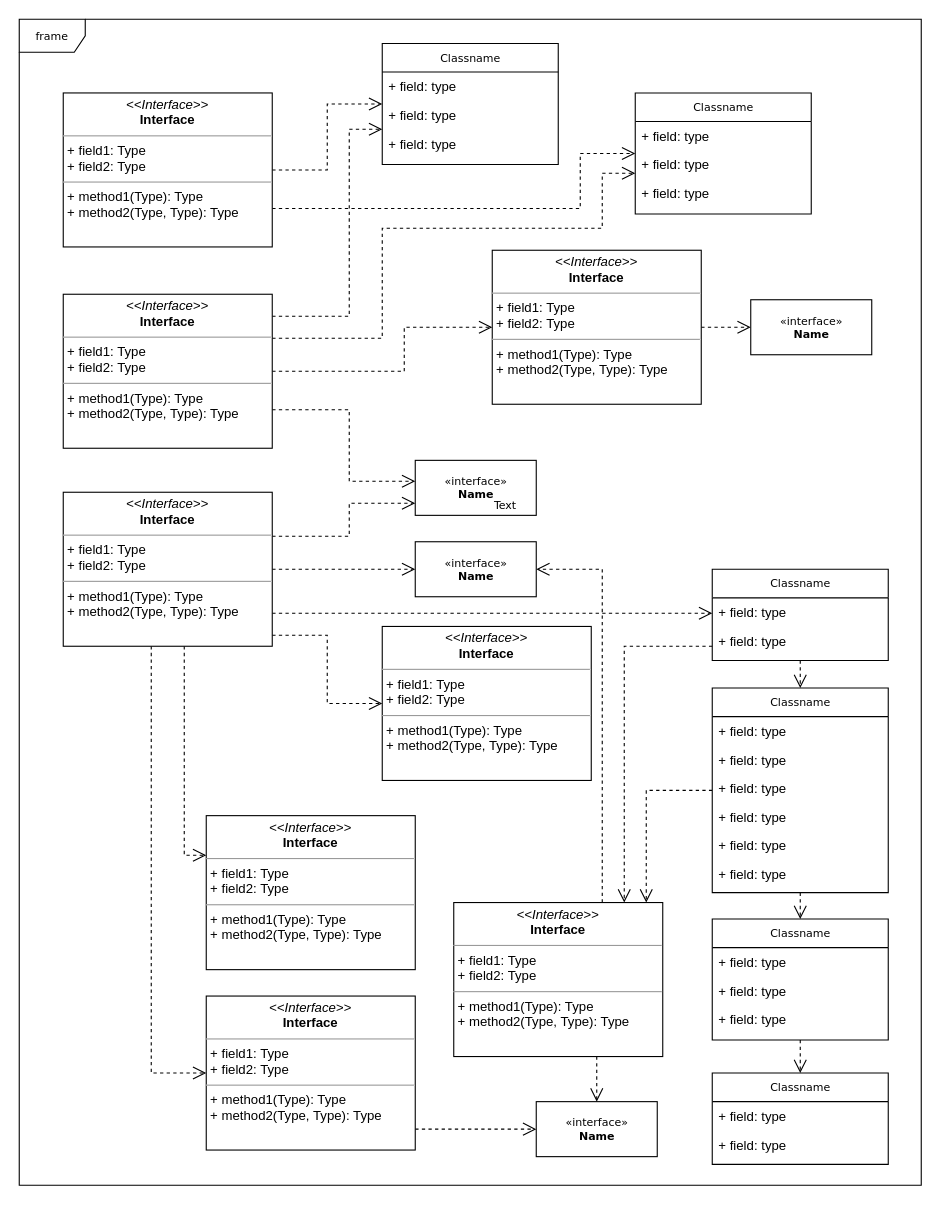
Before: Diagrama sin título.drawio in Caritoleal/Ciclo3UdeA2022, a draw.io diagram. Source tidied: cells renumbered, new cells numbered last; positions are measured from the earlier drawing's top-left corner, leaving out a move shared by most shapes. Both pictures are drawn from the tidied source at 110%, with x=0, y=0 at pixel (19, 19).
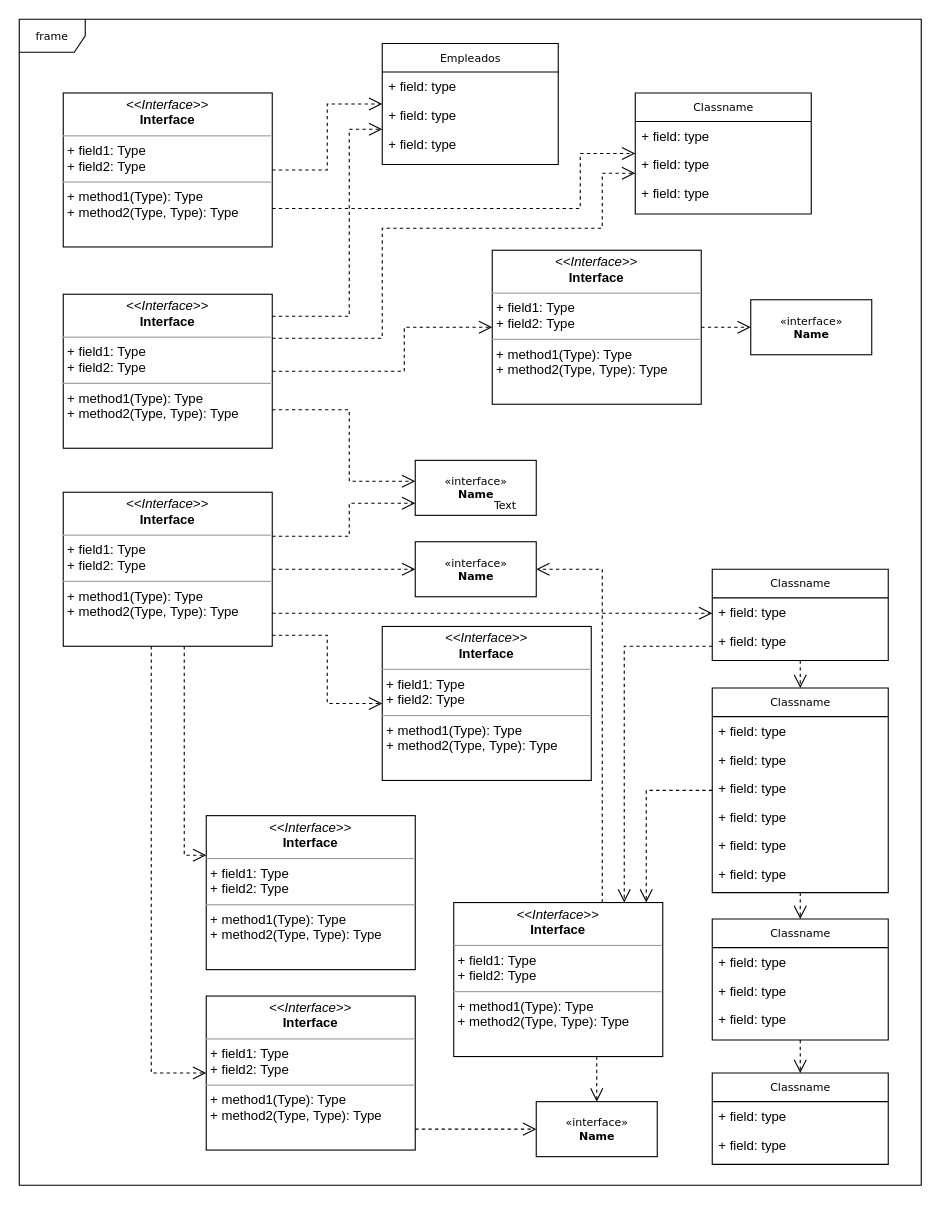
The same page after the edit.

Diff of the diagram source:
```diff
@@
-    <mxCell id="12" value="Classname" style="swimlane;html=1;fontStyle=0;horizontal=1;startSize=26;fillColor=none;swimlaneFillColor=#ffffff;rounded=0;shadow=0;comic=0;labelBackgroundColor=none;strokeWidth=1;fontFamily=Verdana;fontSize=10;align=center;" parent="1" vertex="1">
+    <mxCell id="12" value="Empleados" style="swimlane;html=1;fontStyle=0;horizontal=1;startSize=26;fillColor=none;swimlaneFillColor=#ffffff;rounded=0;shadow=0;comic=0;labelBackgroundColor=none;strokeWidth=1;fontFamily=Verdana;fontSize=10;align=center;" parent="1" vertex="1">
       <mxGeometry x="330" y="22" width="160" height="110" as="geometry" />
     </mxCell>
```
